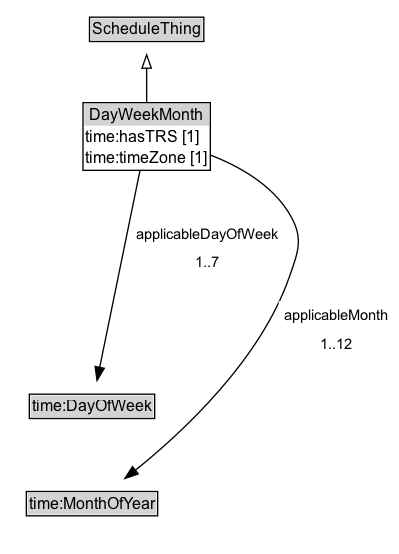
This is docs/diagrams/DayWeekMonth.dot.png from k-vaughn/ontology-its-time, a Graphviz export, as it was before one commit. Its source is kept beside it as docs/diagrams/DayWeekMonth.dot.
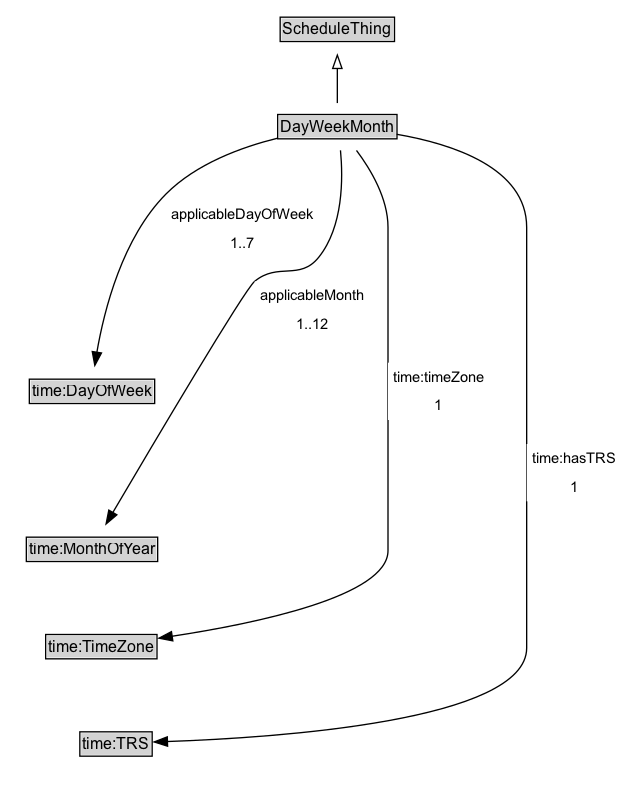
Above is the later version.

Change to the diagram source:
```diff
@@ -6,7 +6,7 @@
 		rank=source
 		ScheduleThing [label=<<TABLE BORDER="1" CELLBORDER="0" CELLSPACING="0" CELLPADDING="1"><TR><TD BGCOLOR="lightgray" ALIGN="CENTER">ScheduleThing</TD></TR></TABLE>> URL="../ScheduleThing" margin=0]
 	}
-	DayWeekMonth [label=<<TABLE BORDER="1" CELLBORDER="0" CELLSPACING="0" CELLPADDING="1"><TR><TD BGCOLOR="lightgray" ALIGN="CENTER">DayWeekMonth</TD></TR><TR><TD ALIGN="LEFT">time:hasTRS [1]</TD></TR><TR><TD ALIGN="LEFT">time:timeZone [1]</TD></TR></TABLE>> URL="../DayWeekMonth" margin=0]
+	DayWeekMonth [label=<<TABLE BORDER="1" CELLBORDER="0" CELLSPACING="0" CELLPADDING="1"><TR><TD BGCOLOR="lightgray" ALIGN="CENTER">DayWeekMonth</TD></TR></TABLE>> URL="../DayWeekMonth" margin=0]
 	{
 		rank=max
 	}
@@ -15,11 +15,19 @@
 		Invis [label=<<TABLE BORDER="0" CELLBORDER="0" CELLSPACING="0" CELLPADDING="1"><TR><TD></TD></TR></TABLE>> margin=0 style=invis]
 		time_DayOfWeek [label=<<TABLE BORDER="1" CELLBORDER="0" CELLSPACING="0" CELLPADDING="1"><TR><TD BGCOLOR="lightgray" ALIGN="CENTER">time:DayOfWeek</TD></TR></TABLE>> URL="https://w3id.org/citydata/imported/time/latest/DayOfWeek" margin=0]
 		time_MonthOfYear [label=<<TABLE BORDER="1" CELLBORDER="0" CELLSPACING="0" CELLPADDING="1"><TR><TD BGCOLOR="lightgray" ALIGN="CENTER">time:MonthOfYear</TD></TR></TABLE>> URL="https://w3id.org/citydata/imported/time/latest/MonthOfYear" margin=0]
+		time_TimeZone [label=<<TABLE BORDER="1" CELLBORDER="0" CELLSPACING="0" CELLPADDING="1"><TR><TD BGCOLOR="lightgray" ALIGN="CENTER">time:TimeZone</TD></TR></TABLE>> URL="https://w3id.org/citydata/imported/time/latest/TimeZone" margin=0]
+		time_TRS [label=<<TABLE BORDER="1" CELLBORDER="0" CELLSPACING="0" CELLPADDING="1"><TR><TD BGCOLOR="lightgray" ALIGN="CENTER">time:TRS</TD></TR></TABLE>> URL="https://w3id.org/citydata/imported/time/latest/TRS" margin=0]
 	}
 	DayWeekMonth -> ScheduleThing [arrowhead=onormal style=solid]
 	DayWeekMonth -> Invis [style=invis]
 	Invis -> time_DayOfWeek [style=invis]
 	time_DayOfWeek -> time_MonthOfYear [style=invis]
+	time_MonthOfYear -> time_TimeZone [style=invis]
+	time_TimeZone -> time_TRS [style=invis]
+	time_TRS [label=<<TABLE BORDER="1" CELLBORDER="0" CELLSPACING="0" CELLPADDING="1"><TR><TD BGCOLOR="lightgray" ALIGN="CENTER">time:TRS</TD></TR></TABLE>> URL="https://w3id.org/citydata/imported/time/latest/TRS" margin=0]
+	DayWeekMonth -> time_TRS [label=<<TABLE BORDER="0" CELLBORDER="0" CELLSPACING="0" CELLPADDING="4" BGCOLOR="white"><TR><TD ALIGN="CENTER">time:hasTRS</TD></TR><TR><TD ALIGN="CENTER">1</TD></TR></TABLE>> arrowhead=normal style=solid]
+	time_TimeZone [label=<<TABLE BORDER="1" CELLBORDER="0" CELLSPACING="0" CELLPADDING="1"><TR><TD BGCOLOR="lightgray" ALIGN="CENTER">time:TimeZone</TD></TR></TABLE>> URL="https://w3id.org/citydata/imported/time/latest/TimeZone" margin=0]
+	DayWeekMonth -> time_TimeZone [label=<<TABLE BORDER="0" CELLBORDER="0" CELLSPACING="0" CELLPADDING="4" BGCOLOR="white"><TR><TD ALIGN="CENTER">time:timeZone</TD></TR><TR><TD ALIGN="CENTER">1</TD></TR></TABLE>> arrowhead=normal style=solid]
 	time_DayOfWeek [label=<<TABLE BORDER="1" CELLBORDER="0" CELLSPACING="0" CELLPADDING="1"><TR><TD BGCOLOR="lightgray" ALIGN="CENTER">time:DayOfWeek</TD></TR></TABLE>> URL="https://w3id.org/citydata/imported/time/latest/DayOfWeek" margin=0]
 	DayWeekMonth -> time_DayOfWeek [label=<<TABLE BORDER="0" CELLBORDER="0" CELLSPACING="0" CELLPADDING="4" BGCOLOR="white"><TR><TD ALIGN="CENTER">applicableDayOfWeek</TD></TR><TR><TD ALIGN="CENTER">1..7</TD></TR></TABLE>> arrowhead=normal style=solid]
 	time_MonthOfYear [label=<<TABLE BORDER="1" CELLBORDER="0" CELLSPACING="0" CELLPADDING="1"><TR><TD BGCOLOR="lightgray" ALIGN="CENTER">time:MonthOfYear</TD></TR></TABLE>> URL="https://w3id.org/citydata/imported/time/latest/MonthOfYear" margin=0]
```
